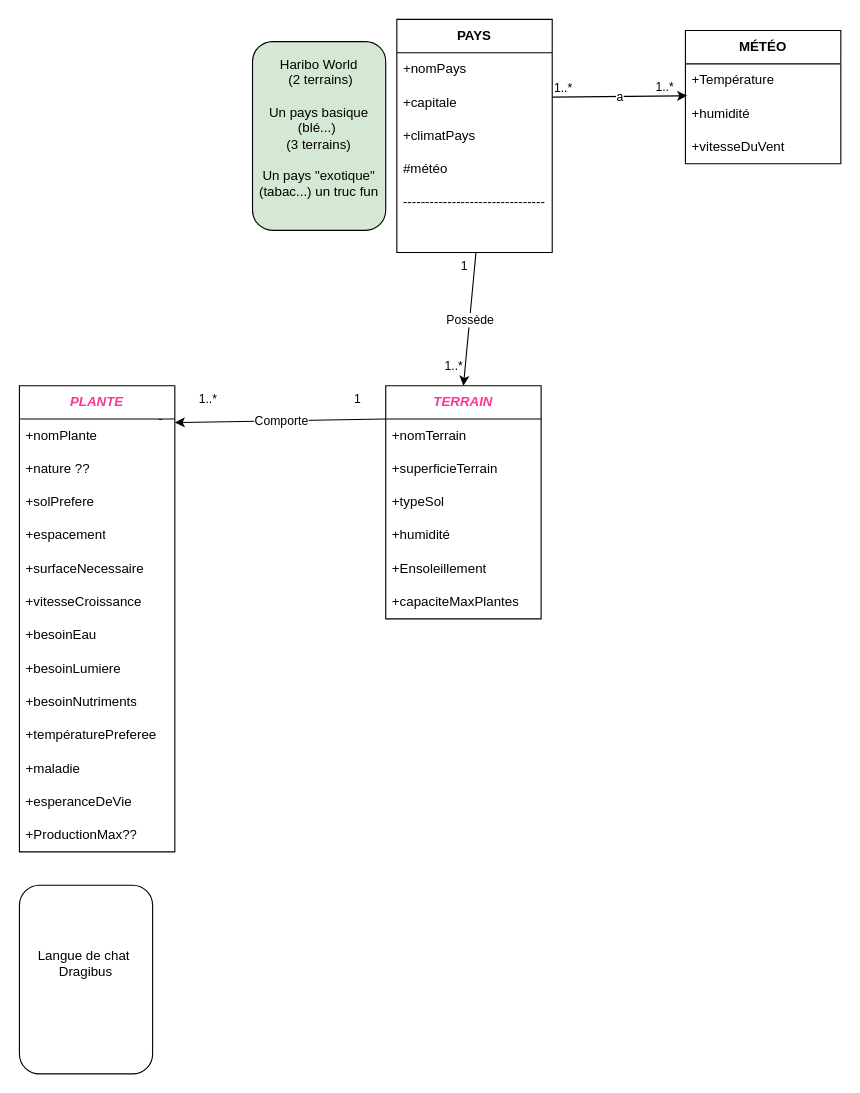
Before: Classe UML.drawio in PROGAV-PRJ25/projet-ensemenc-Hout-Dounia_Deramaix-Mathilde, a draw.io diagram. Source tidied: cells renumbered, new cells numbered last; positions are measured from the earlier drawing's top-left corner, leaving out a move shared by most shapes. Both pictures are drawn from the tidied source at 111%, with x=0, y=0 at pixel (19, 19).
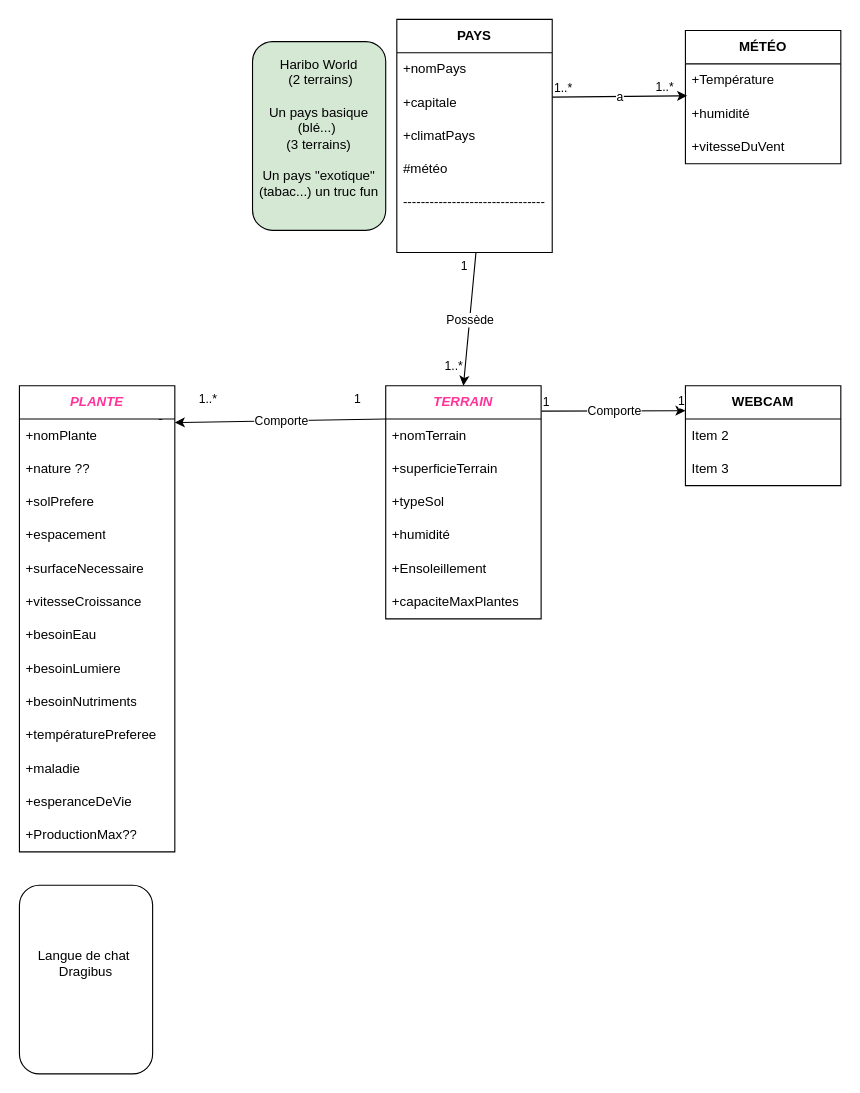
The same page after the edit.

Commit message:
Mettre à jour Classe UML.drawio

Unchanged cells that the change refers to:
```xml
<mxCell id="17" value="&lt;b&gt;&lt;i&gt;&lt;font style=&quot;color: rgb(255, 51, 153);&quot;&gt;TERRAIN&lt;/font&gt;&lt;/i&gt;&lt;/b&gt;" style="swimlane;fontStyle=0;horizontal=1;startSize=30;whiteSpace=wrap;html=1;" parent="1" vertex="1">
  <mxGeometry x="330" y="330" width="140" height="210" as="geometry" />
</mxCell>
```

The edit, as a diff of the source:
```diff
@@
+    <mxCell id="49" value="&lt;b&gt;WEBCAM&lt;/b&gt;" style="swimlane;fontStyle=0;horizontal=1;startSize=30;whiteSpace=wrap;html=1;" parent="1" vertex="1">
+      <mxGeometry x="600" y="330" width="140" height="90" as="geometry" />
+    </mxCell>
+    <mxCell id="50" value="Item 2" style="text;strokeColor=none;fillColor=none;align=left;verticalAlign=middle;spacingLeft=4;spacingRight=4;overflow=hidden;whiteSpace=wrap;html=1;" parent="49" vertex="1">
+      <mxGeometry y="30" width="140" height="30" as="geometry" />
+    </mxCell>
+    <mxCell id="51" value="Item 3" style="text;strokeColor=none;fillColor=none;align=left;verticalAlign=middle;spacingLeft=4;spacingRight=4;overflow=hidden;whiteSpace=wrap;html=1;" parent="49" vertex="1">
+      <mxGeometry y="60" width="140" height="30" as="geometry" />
+    </mxCell>
+    <mxCell id="52" style="endArrow=classic;html=1;rounded=0;exitX=1.003;exitY=0.109;exitDx=0;exitDy=0;exitPerimeter=0;entryX=0;entryY=0.25;entryDx=0;entryDy=0;" parent="1" edge="1" source="17" target="49">
+      <mxGeometry relative="1" as="geometry" />
+    </mxCell>
+    <mxCell id="53" value="Comporte" style="edgeLabel;html=1;align=center;verticalAlign=middle;" parent="52" vertex="1">
+      <mxGeometry relative="1" as="geometry" />
+    </mxCell>
+    <mxCell id="54" value="1" style="edgeLabel;html=1;align=left;verticalAlign=bottom;" parent="52" vertex="1">
+      <mxGeometry x="-1" relative="1" as="geometry" />
+    </mxCell>
+    <mxCell id="55" value="1" style="edgeLabel;html=1;align=right;verticalAlign=bottom;" parent="52" vertex="1">
+      <mxGeometry x="1" relative="1" as="geometry" />
+    </mxCell>
```
